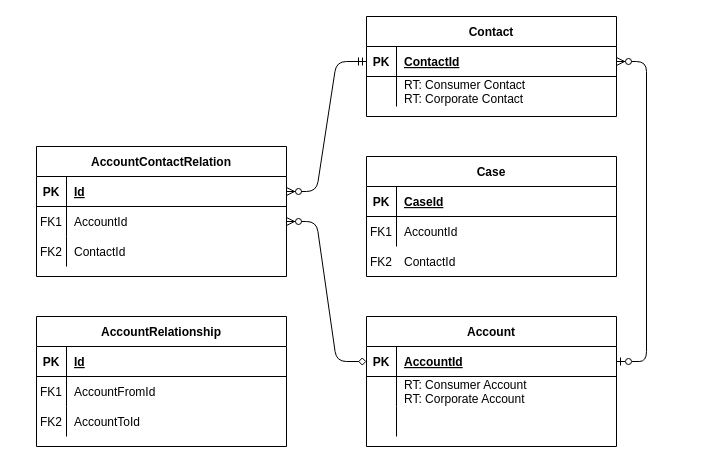
sivanandjothy/arkangel keeps this draw.io diagram as page "Sales-Service" (1 of 2) of sales_service_datamodels.drawio. Above is the earlier version. Source tidied: cells renumbered, new cells numbered last; positions are measured from the earlier drawing's top-left corner, leaving out a move shared by most shapes. Both pictures are drawn from the tidied source at 100%, with x=0, y=0 at pixel (36, 16).
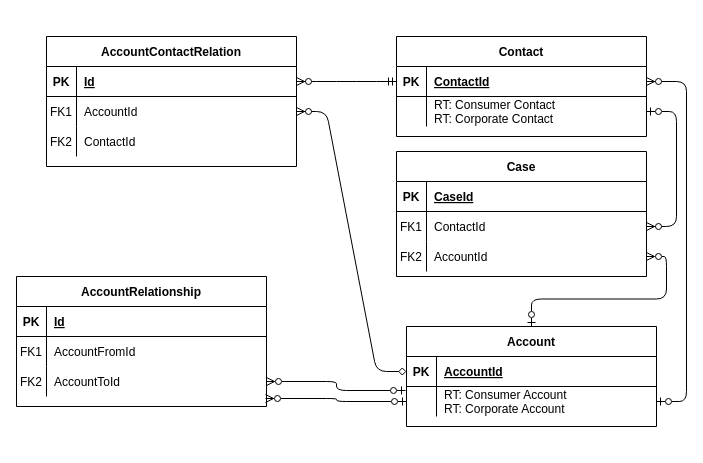
After the change.

Unchanged cells that the change refers to:
```xml
<mxCell id="4" style="shape=partialRectangle;fillColor=none;points=[[0,0.5],[1,0.5]];portConstraint=eastwest;top=0;left=0;right=0;bottom=1;" parent="3" vertex="1">
  <mxGeometry y="30" width="250" height="30" as="geometry" />
</mxCell>
<mxCell id="7" style="shape=partialRectangle;fillColor=none;points=[[0,0.5],[1,0.5]];portConstraint=eastwest;top=0;left=0;right=0;bottom=0;" parent="3" vertex="1">
  <mxGeometry y="60" width="250" height="30" as="geometry" />
</mxCell>
<mxCell id="24" style="shape=partialRectangle;fillColor=none;points=[[0,0.5],[1,0.5]];portConstraint=eastwest;top=0;left=0;right=0;bottom=1;" parent="23" vertex="1">
  <mxGeometry y="30" width="250" height="30" as="geometry" />
</mxCell>
<mxCell id="27" style="shape=partialRectangle;fillColor=none;points=[[0,0.5],[1,0.5]];portConstraint=eastwest;top=0;left=0;right=0;bottom=0;" parent="23" vertex="1">
  <mxGeometry y="60" width="250" height="30" as="geometry" />
</mxCell>
<mxCell id="35" style="shape=partialRectangle;fillColor=none;points=[[0,0.5],[1,0.5]];portConstraint=eastwest;top=0;left=0;right=0;bottom=0;" parent="31" vertex="1">
  <mxGeometry y="60" width="250" height="30" as="geometry" />
</mxCell>
<mxCell id="49" style="shape=partialRectangle;fillColor=none;points=[[0,0.5],[1,0.5]];portConstraint=eastwest;top=0;left=0;right=0;bottom=0;" parent="42" vertex="1">
  <mxGeometry y="90" width="250" height="30" as="geometry" />
</mxCell>
```

What changed in the source:
```diff
@@
+    <mxCell id="52" style="edgeStyle=orthogonalEdgeStyle;rounded=1;jumpStyle=arc;jettySize=auto;html=1;strokeColor=default;endArrow=ERzeroToMany;endFill=0;startArrow=ERzeroToOne;startFill=0;" parent="1" edge="1" source="3" target="10">
+      <mxGeometry relative="1" as="geometry" />
+    </mxCell>
     <mxCell id="3" value="Account" style="shape=table;startSize=30;childLayout=tableLayout;rowLines=0;fontStyle=1;align=center;" parent="1" vertex="1">
-      <mxGeometry x="330" y="300" width="250" height="130" as="geometry" />
+      <mxGeometry x="370" y="310" width="250" height="100" as="geometry" />
     </mxCell>
@@
-    <mxCell id="10" style="shape=partialRectangle;fillColor=none;points=[[0,0.5],[1,0.5]];portConstraint=eastwest;top=0;left=0;right=0;bottom=0;" parent="3" vertex="1">
-      <mxGeometry y="90" width="250" height="30" as="geometry" />
-    </mxCell>
-    <mxCell id="11" style="shape=partialRectangle;overflow=hidden;fillColor=none;top=0;left=0;bottom=0;right=0;" parent="10" vertex="1">
-      <mxGeometry width="30" height="30" as="geometry" />
-    </mxCell>
-    <mxCell id="12" style="shape=partialRectangle;overflow=hidden;fillColor=none;top=0;left=0;bottom=0;right=0;align=left;spacingLeft=6;" parent="10" vertex="1">
-      <mxGeometry x="30" width="220" height="30" as="geometry" />
-    </mxCell>
     <mxCell id="13" value="AccountContactRelation" style="shape=table;startSize=30;childLayout=tableLayout;rowLines=0;fontStyle=1;align=center;" parent="1" vertex="1">
-      <mxGeometry y="130" width="250" height="130" as="geometry" />
+      <mxGeometry x="10" y="20" width="250" height="130" as="geometry" />
     </mxCell>
@@
     <mxCell id="23" value="Contact" style="shape=table;startSize=30;childLayout=tableLayout;rowLines=0;fontStyle=1;align=center;" parent="1" vertex="1">
-      <mxGeometry x="330" width="250" height="100" as="geometry" />
+      <mxGeometry x="360" y="20" width="250" height="100" as="geometry" />
     </mxCell>
@@
     <mxCell id="31" value="Case" style="shape=table;startSize=30;childLayout=tableLayout;rowLines=0;fontStyle=1;align=center;" parent="1" vertex="1">
-      <mxGeometry x="330" y="140" width="250" height="120" as="geometry" />
+      <mxGeometry x="360" y="135" width="250" height="125" as="geometry" />
     </mxCell>
@@
-    <mxCell id="37" value="AccountId" style="shape=partialRectangle;overflow=hidden;fillColor=none;top=0;left=0;bottom=0;right=0;align=left;spacingLeft=6;" parent="35" vertex="1">
+    <mxCell id="37" value="ContactId" style="shape=partialRectangle;overflow=hidden;fillColor=none;top=0;left=0;bottom=0;right=0;align=left;spacingLeft=6;" parent="35" vertex="1">
       <mxGeometry x="30" width="220" height="30" as="geometry" />
     </mxCell>
-    <mxCell id="38" style="shape=partialRectangle;fillColor=none;top=0;left=0;right=0;bottom=0;" parent="1" vertex="1">
-      <mxGeometry x="330" y="230" width="250" height="30" as="geometry" />
-    </mxCell>
+    <mxCell id="10" style="shape=partialRectangle;fillColor=none;points=[[0,0.5],[1,0.5]];portConstraint=eastwest;top=0;left=0;right=0;bottom=0;" parent="31" vertex="1">
+      <mxGeometry y="90" width="250" height="30" as="geometry" />
+    </mxCell>
-    <mxCell id="39" value="FK2" style="shape=partialRectangle;overflow=hidden;fillColor=none;top=0;left=0;bottom=0;right=0;" parent="38" vertex="1">
+    <mxCell id="39" value="FK2" style="shape=partialRectangle;overflow=hidden;fillColor=none;top=0;left=0;bottom=0;right=0;" parent="10" vertex="1">
       <mxGeometry width="30" height="30" as="geometry" />
     </mxCell>
-    <mxCell id="40" value="ContactId" style="shape=partialRectangle;overflow=hidden;fillColor=none;top=0;left=0;bottom=0;right=0;align=left;spacingLeft=6;" parent="38" vertex="1">
-      <mxGeometry x="30" width="220" height="30" as="geometry" />
-    </mxCell>
+    <mxCell id="53" value="AccountId" style="shape=partialRectangle;overflow=hidden;fillColor=none;top=0;left=0;bottom=0;right=0;align=left;spacingLeft=6;" parent="10" vertex="1">
+      <mxGeometry x="30" width="220" height="30" as="geometry" />
+    </mxCell>
-    <mxCell id="41" style="edgeStyle=entityRelationEdgeStyle;endArrow=ERzeroToMany;startArrow=ERzeroToOne;endFill=1;startFill=0;exitX=1;exitY=0.5;exitDx=0;exitDy=0;entryX=1;entryY=0.5;entryDx=0;entryDy=0;" parent="1" edge="1" source="4" target="24">
-      <mxGeometry relative="1" as="geometry" />
+    <mxCell id="41" style="edgeStyle=entityRelationEdgeStyle;endArrow=ERzeroToMany;startArrow=ERzeroToOne;endFill=1;startFill=0;" parent="1" edge="1" target="24">
+      <mxGeometry relative="1" as="geometry">
+        <mxPoint x="620" y="385" as="sourcePoint" />
+      </mxGeometry>
     </mxCell>
     <mxCell id="42" value="AccountRelationship" style="shape=table;startSize=30;childLayout=tableLayout;rowLines=0;fontStyle=1;align=center;" parent="1" vertex="1">
-      <mxGeometry y="300" width="250" height="130" as="geometry" />
+      <mxGeometry x="-20" y="260" width="250" height="130" as="geometry" />
     </mxCell>
@@
+    <mxCell id="54" style="edgeStyle=entityRelationEdgeStyle;endArrow=ERzeroToMany;startArrow=ERzeroToOne;endFill=1;startFill=0;rounded=1;strokeColor=default;entryX=1;entryY=0.5;entryDx=0;entryDy=0;jumpStyle=arc;" parent="1" edge="1" source="27" target="35">
+      <mxGeometry relative="1" as="geometry" />
+    </mxCell>
+    <mxCell id="55" style="edgeStyle=orthogonalEdgeStyle;rounded=1;jumpStyle=arc;jettySize=auto;html=1;strokeColor=default;startArrow=ERzeroToOne;startFill=0;endArrow=ERzeroToMany;endFill=0;exitX=-0.004;exitY=0.133;exitDx=0;exitDy=0;exitPerimeter=0;" parent="1" edge="1" source="7" target="49">
+      <mxGeometry relative="1" as="geometry" />
+    </mxCell>
+    <mxCell id="56" style="edgeStyle=orthogonalEdgeStyle;rounded=1;jumpStyle=arc;jettySize=auto;html=1;strokeColor=default;startArrow=ERzeroToOne;startFill=0;endArrow=ERzeroToMany;endFill=0;entryX=0.996;entryY=1.067;entryDx=0;entryDy=0;entryPerimeter=0;exitX=0;exitY=0.5;exitDx=0;exitDy=0;" parent="1" edge="1" source="7" target="49">
+      <mxGeometry relative="1" as="geometry" />
+    </mxCell>
```
